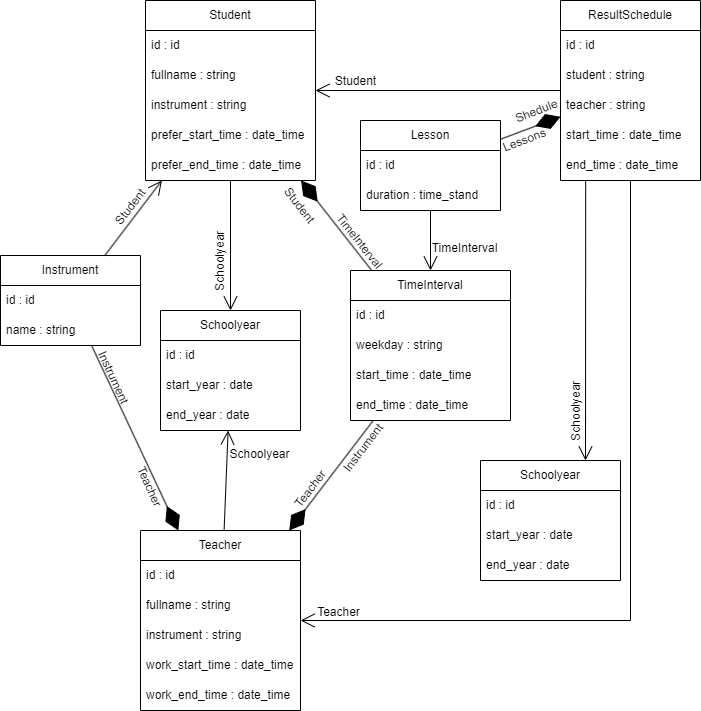
Earlier version of the draw.io export Диаграмма_классов.png (watashinonericell/myrepos). Source tidied: cells renumbered, new cells last; positions are measured from the earlier drawing's top-left corner, leaving out a move shared by most shapes.
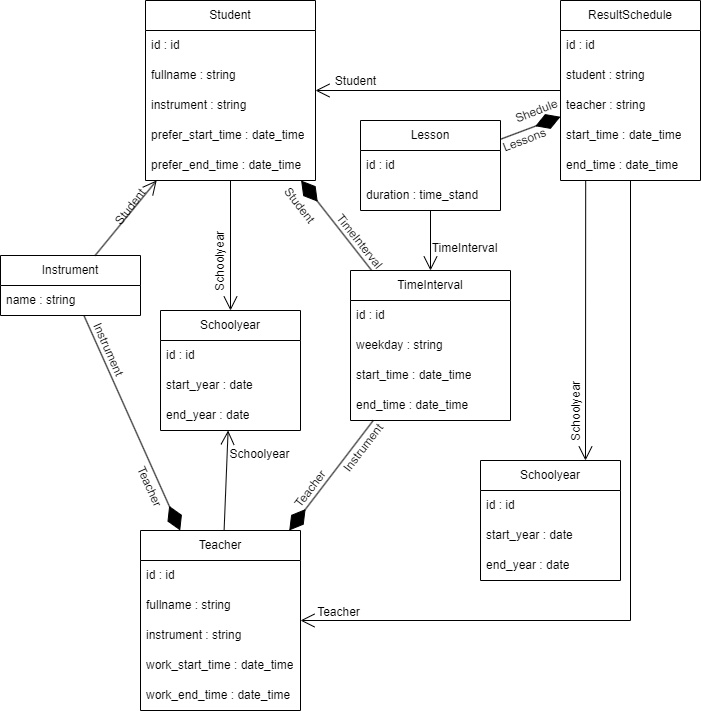
After the commit.

Change to the diagram source:
```diff
@@ -45,13 +45,10 @@
       <mxGeometry y="120" width="160" height="30" as="geometry" />
     </mxCell>
     <mxCell id="16" value="Instrument" style="swimlane;fontStyle=0;horizontal=1;startSize=30;whiteSpace=wrap;html=1;" parent="1" vertex="1">
-      <mxGeometry y="255" width="140" height="90" as="geometry" />
+      <mxGeometry y="255" width="140" height="60" as="geometry" />
     </mxCell>
-    <mxCell id="17" value="id : id" style="text;strokeColor=none;fillColor=none;align=left;verticalAlign=middle;spacingLeft=4;spacingRight=4;overflow=hidden;whiteSpace=wrap;html=1;" parent="16" vertex="1">
-      <mxGeometry y="30" width="140" height="30" as="geometry" />
-    </mxCell>
     <mxCell id="18" value="name : string" style="text;strokeColor=none;fillColor=none;align=left;verticalAlign=middle;spacingLeft=4;spacingRight=4;overflow=hidden;whiteSpace=wrap;html=1;" parent="16" vertex="1">
-      <mxGeometry y="60" width="140" height="30" as="geometry" />
+      <mxGeometry y="30" width="140" height="30" as="geometry" />
     </mxCell>
     <mxCell id="19" value="Schoolyear" style="swimlane;fontStyle=0;horizontal=1;startSize=30;whiteSpace=wrap;html=1;" parent="1" vertex="1">
       <mxGeometry x="480" y="460" width="140" height="120" as="geometry" />
@@ -159,8 +156,8 @@
     <mxCell id="52" value="Schoolyear" style="text;html=1;align=center;verticalAlign=middle;strokeColor=none;fillColor=none;rotation=-90;" parent="1" vertex="1">
       <mxGeometry x="180" y="246" width="80" height="30" as="geometry" />
     </mxCell>
-    <mxCell id="53" value="Instrument" style="text;html=1;align=center;verticalAlign=middle;strokeColor=none;fillColor=none;rotation=65.3;" parent="1" vertex="1">
-      <mxGeometry x="73" y="362" width="80" height="30" as="geometry" />
+    <mxCell id="53" value="Instrument" style="text;html=1;align=center;verticalAlign=middle;strokeColor=none;fillColor=none;rotation=66;" parent="1" vertex="1">
+      <mxGeometry x="68" y="334" width="80" height="30" as="geometry" />
     </mxCell>
     <mxCell id="54" value="Student" style="text;html=1;align=center;verticalAlign=middle;strokeColor=none;fillColor=none;" parent="1" vertex="1">
       <mxGeometry x="325" y="66" width="60" height="30" as="geometry" />
@@ -174,7 +171,7 @@
     <mxCell id="57" value="TimeInterval" style="text;html=1;align=center;verticalAlign=middle;strokeColor=none;fillColor=none;rotation=0;" parent="1" vertex="1">
       <mxGeometry x="419" y="233" width="90" height="30" as="geometry" />
     </mxCell>
-    <mxCell id="58" value="Teacher" style="text;html=1;align=center;verticalAlign=middle;strokeColor=none;fillColor=none;rotation=65.4;" parent="1" vertex="1">
+    <mxCell id="58" value="Teacher" style="text;html=1;align=center;verticalAlign=middle;strokeColor=none;fillColor=none;rotation=65.2;" parent="1" vertex="1">
       <mxGeometry x="114" y="471" width="70" height="30" as="geometry" />
     </mxCell>
     <mxCell id="59" value="Instrument" style="text;html=1;align=center;verticalAlign=middle;strokeColor=none;fillColor=none;rotation=-52.7;" parent="1" vertex="1">
```
